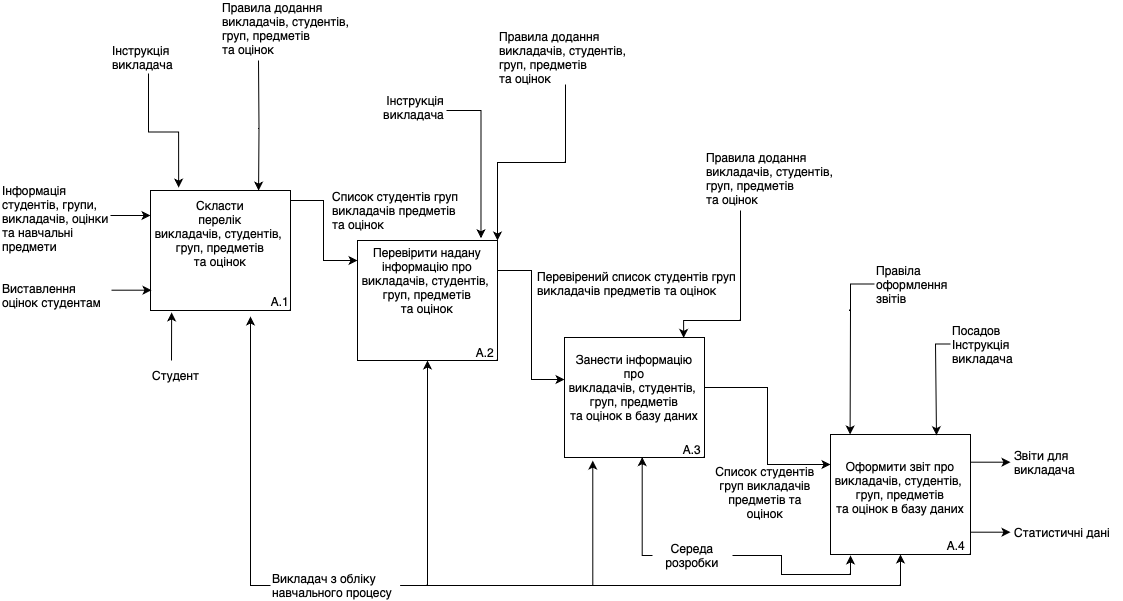
Above: docs/Diagram SADT-4.png in MikeostCorp/Gradify (draw.io), before the change. Source tidied: cells renumbered, new cells last; positions are measured from the earlier drawing's top-left corner, leaving out a move shared by most shapes.
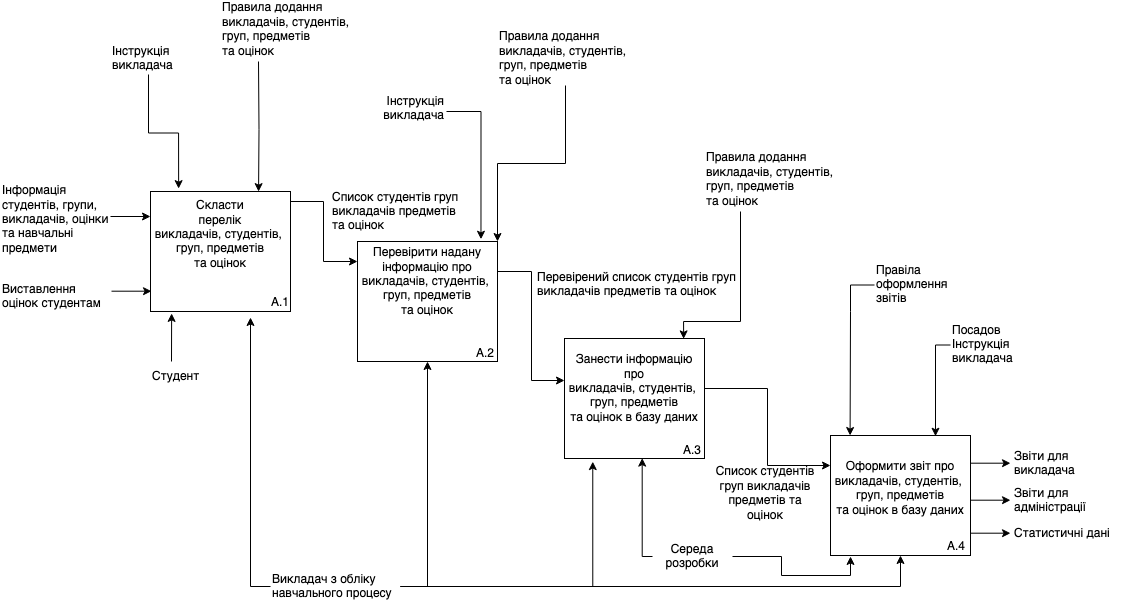
The same diagram one commit later.

Commit message:
upd: [SADT] add report for admins

The edit, as a diff of the source:
```diff
@@ -214,5 +214,14 @@
     <mxCell id="51" value="&lt;div style=&quot;font-size: 12px;&quot;&gt;Правила додання&amp;nbsp;&lt;/div&gt;викладачів, студентів,&amp;nbsp;&lt;br style=&quot;border-color: var(--border-color); text-align: center;&quot;&gt;&lt;span style=&quot;text-align: center;&quot;&gt;груп, предметів&lt;/span&gt;&lt;br style=&quot;border-color: var(--border-color); text-align: center;&quot;&gt;&lt;span style=&quot;text-align: center;&quot;&gt;та оцінок&lt;/span&gt;" style="text;strokeColor=none;fillColor=none;align=left;verticalAlign=middle;whiteSpace=wrap;rounded=0;shadow=0;fontStyle=0;html=1;fontSize=12;spacingTop=0;" parent="1" vertex="1">
       <mxGeometry x="497" y="29" width="136" height="55" as="geometry" />
     </mxCell>
+    <mxCell id="52" style="endArrow=classic;html=1;rounded=0;entryX=0;entryY=1;entryDx=0;entryDy=0;" parent="1" edge="1">
+      <mxGeometry relative="1" as="geometry">
+        <mxPoint x="970" y="498.7" as="sourcePoint" />
+        <mxPoint x="1010" y="498.7" as="targetPoint" />
+      </mxGeometry>
+    </mxCell>
+    <mxCell id="53" value="&lt;div style=&quot;font-size: 12px;&quot;&gt;Звіти для адміністрації&lt;/div&gt;" style="text;strokeColor=none;fillColor=none;align=left;verticalAlign=middle;whiteSpace=wrap;rounded=0;shadow=0;fontStyle=0;html=1;fontSize=12;spacingTop=0;" parent="1" vertex="1">
+      <mxGeometry x="1012" y="484" width="110" height="30" as="geometry" />
+    </mxCell>
   </root>
 </mxGraphModel>
```
